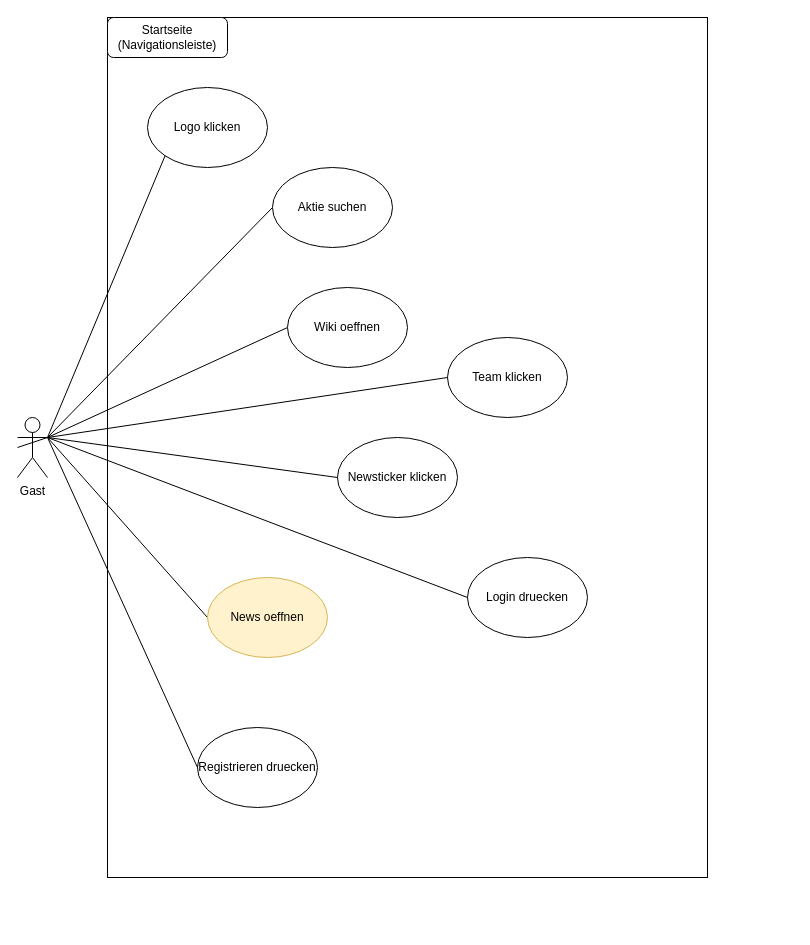
The draw.io diagram page "Startseite" (1 of 11) of doc/sketches/main.drawio in McLovin-81/trade-hub, before the edit. Source tidied: cells renumbered, new cells numbered last; positions are measured from the earlier drawing's top-left corner, leaving out a move shared by most shapes. Both pictures are drawn from the tidied source at 100%, with x=0, y=0 at pixel (17, 17).
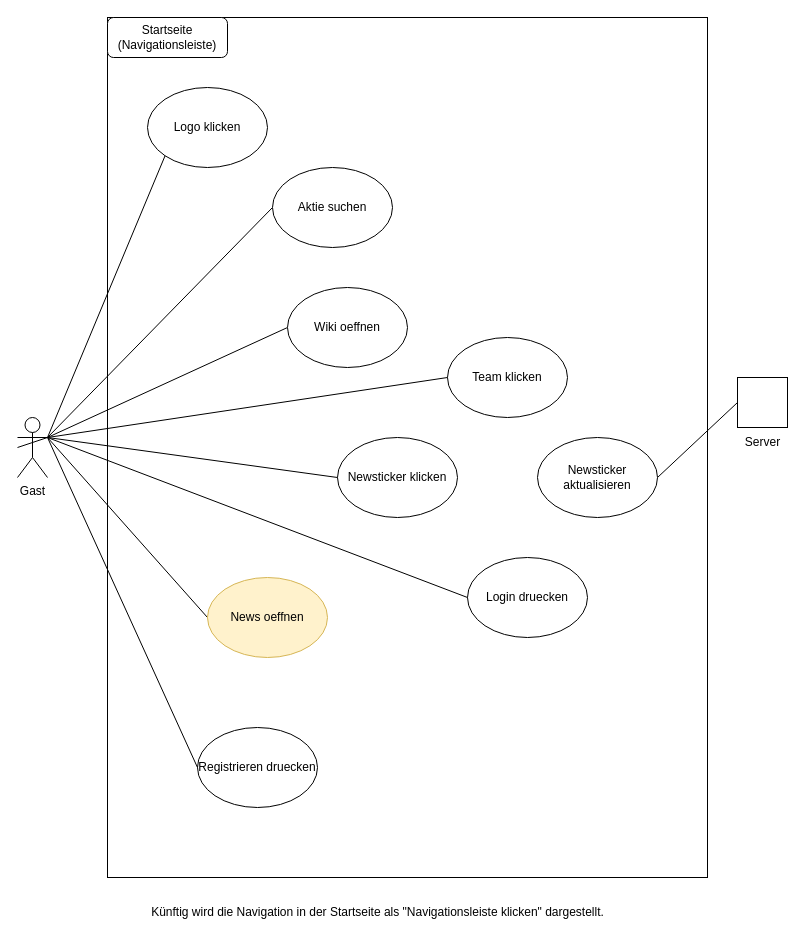
Above is the later version.

Change to the diagram source:
```diff
@@
+    <mxCell id="22" value="Künftig wird die Navigation in der Startseite als &quot;Navigationsleiste klicken&quot; dargestellt." style="text;html=1;align=center;verticalAlign=middle;strokeColor=none;fillColor=none;" parent="1" vertex="1">
+      <mxGeometry x="120" y="880" width="480" height="30" as="geometry" />
+    </mxCell>
+    <mxCell id="23" style="whiteSpace=wrap;html=1;" parent="1" vertex="1">
+      <mxGeometry x="720" y="360" width="50" height="50" as="geometry" />
+    </mxCell>
+    <mxCell id="24" value="Server" style="text;html=1;align=center;verticalAlign=middle;strokeColor=none;fillColor=none;" parent="1" vertex="1">
+      <mxGeometry x="715" y="410" width="60" height="30" as="geometry" />
+    </mxCell>
+    <mxCell id="25" style="rounded=0;jettySize=auto;html=1;exitX=1;exitY=0.5;exitDx=0;exitDy=0;entryX=0;entryY=0.5;entryDx=0;entryDy=0;endArrow=none;endFill=0;" parent="1" edge="1" source="26" target="23">
+      <mxGeometry relative="1" as="geometry" />
+    </mxCell>
+    <mxCell id="26" value="Newsticker aktualisieren" style="ellipse;whiteSpace=wrap;html=1;" parent="1" vertex="1">
+      <mxGeometry x="520" y="420" width="120" height="80" as="geometry" />
+    </mxCell>
```
